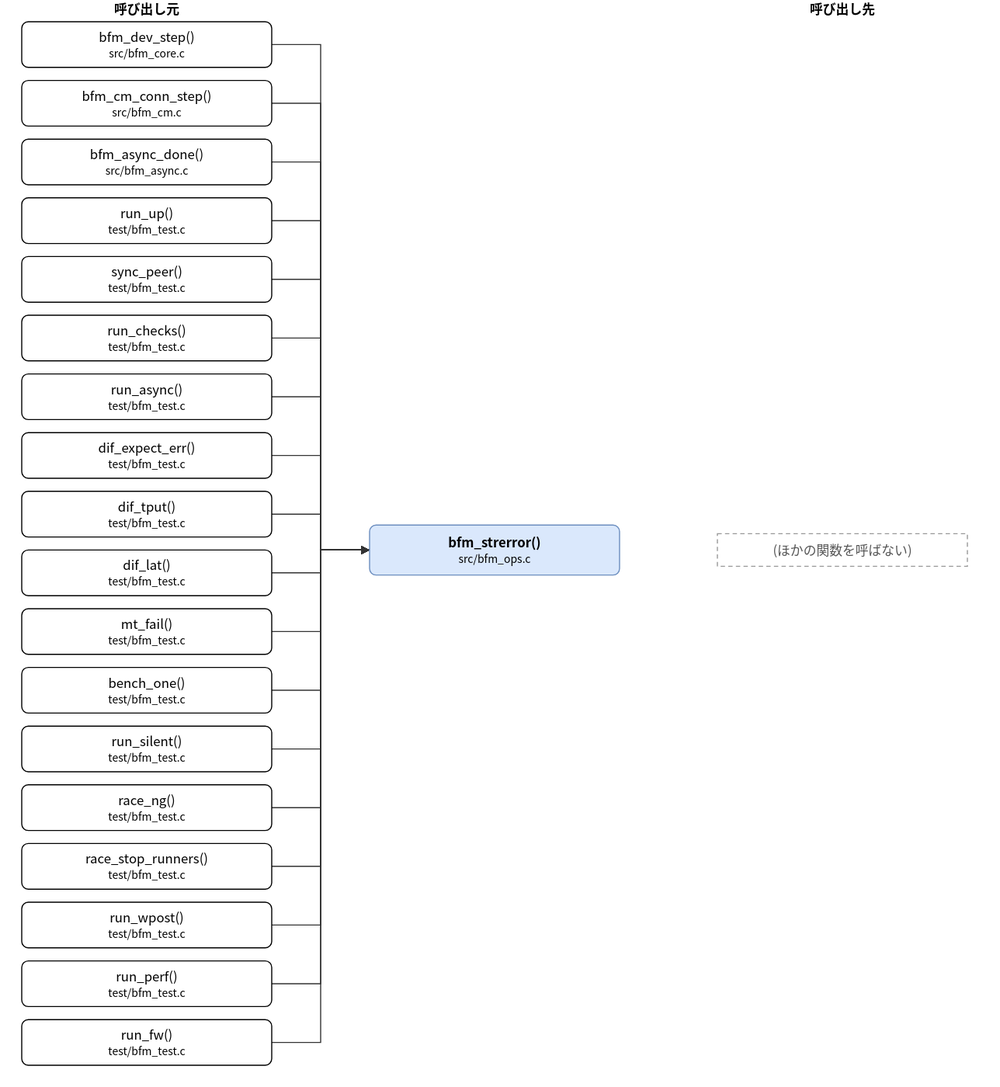
Earlier version of the draw.io export doc/spec/images/call_src_bfm_ops-bfm_strerror.drawio.svg (hf355051012-ai/bfmem). Source tidied: cells renumbered, new cells last; positions are measured from the earlier drawing's top-left corner, leaving out a move shared by most shapes.
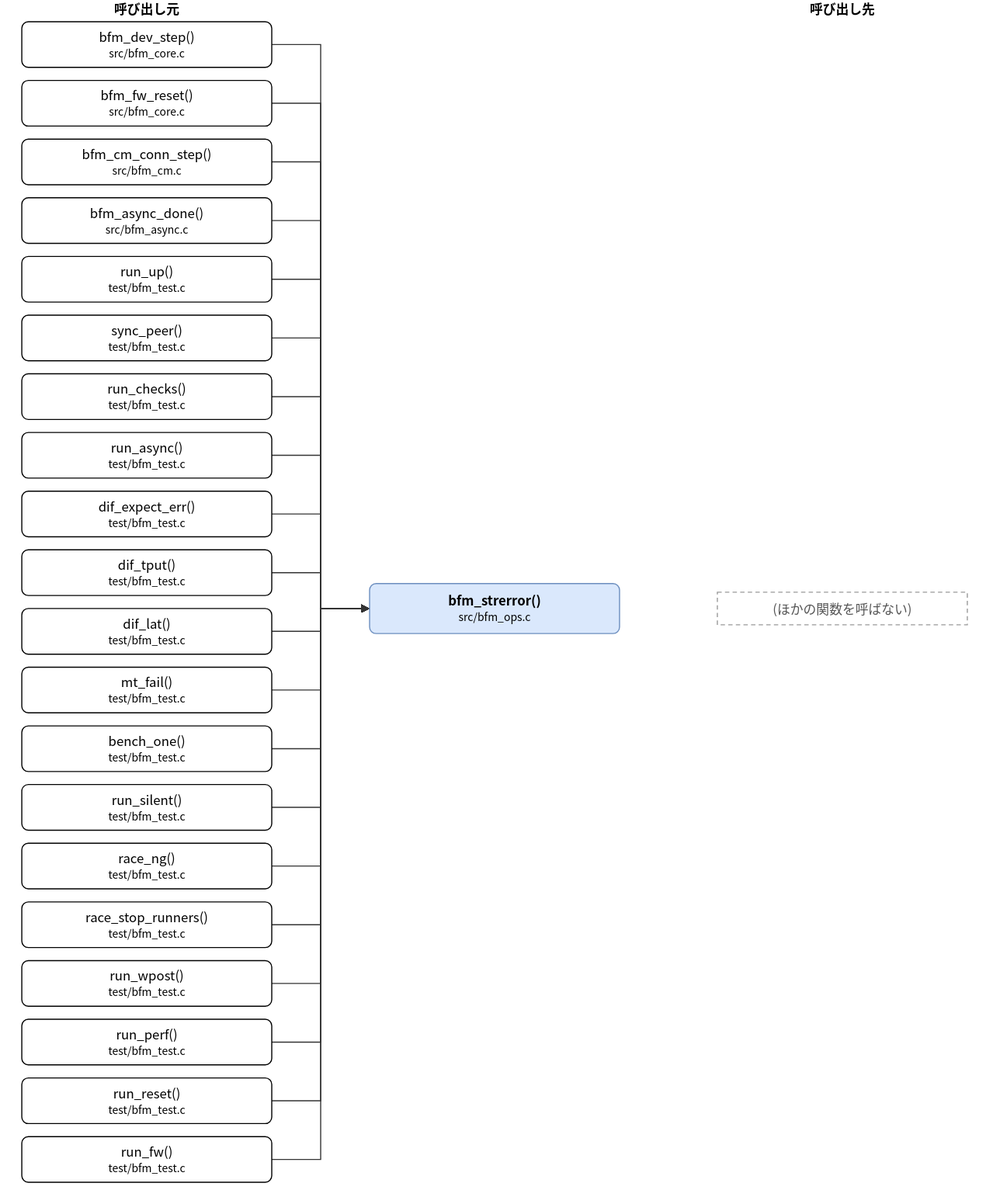
The same diagram one commit later.

The edit, as a diff of the source:
```diff
@@ -3,70 +3,76 @@
     <mxCell id="0" />
     <mxCell id="1" parent="0" />
     <mxCell id="2" value="bfm_strerror()&lt;br&gt;&lt;font style=&quot;font-size:10px&quot;&gt;src/bfm_ops.c&lt;/font&gt;" style="rounded=1;whiteSpace=wrap;html=1;fillColor=#dae8fc;strokeColor=#6c8ebf;fontStyle=1;" parent="1" vertex="1">
-      <mxGeometry x="320" y="483" width="230" height="46" as="geometry" />
+      <mxGeometry x="320" y="537" width="230" height="46" as="geometry" />
     </mxCell>
     <mxCell id="3" value="bfm_dev_step()&lt;br&gt;&lt;font style=&quot;font-size:10px&quot;&gt;src/bfm_core.c&lt;/font&gt;" style="rounded=1;whiteSpace=wrap;html=1;" parent="1" vertex="1">
       <mxGeometry y="20" width="230" height="42" as="geometry" />
     </mxCell>
-    <mxCell id="4" value="bfm_cm_conn_step()&lt;br&gt;&lt;font style=&quot;font-size:10px&quot;&gt;src/bfm_cm.c&lt;/font&gt;" style="rounded=1;whiteSpace=wrap;html=1;" parent="1" vertex="1">
+    <mxCell id="4" value="bfm_fw_reset()&lt;br&gt;&lt;font style=&quot;font-size:10px&quot;&gt;src/bfm_core.c&lt;/font&gt;" style="rounded=1;whiteSpace=wrap;html=1;" parent="1" vertex="1">
       <mxGeometry y="74" width="230" height="42" as="geometry" />
     </mxCell>
-    <mxCell id="5" value="bfm_async_done()&lt;br&gt;&lt;font style=&quot;font-size:10px&quot;&gt;src/bfm_async.c&lt;/font&gt;" style="rounded=1;whiteSpace=wrap;html=1;" parent="1" vertex="1">
+    <mxCell id="5" value="bfm_cm_conn_step()&lt;br&gt;&lt;font style=&quot;font-size:10px&quot;&gt;src/bfm_cm.c&lt;/font&gt;" style="rounded=1;whiteSpace=wrap;html=1;" parent="1" vertex="1">
       <mxGeometry y="128" width="230" height="42" as="geometry" />
     </mxCell>
-    <mxCell id="6" value="run_up()&lt;br&gt;&lt;font style=&quot;font-size:10px&quot;&gt;test/bfm_test.c&lt;/font&gt;" style="rounded=1;whiteSpace=wrap;html=1;" parent="1" vertex="1">
+    <mxCell id="6" value="bfm_async_done()&lt;br&gt;&lt;font style=&quot;font-size:10px&quot;&gt;src/bfm_async.c&lt;/font&gt;" style="rounded=1;whiteSpace=wrap;html=1;" parent="1" vertex="1">
       <mxGeometry y="182" width="230" height="42" as="geometry" />
     </mxCell>
-    <mxCell id="7" value="sync_peer()&lt;br&gt;&lt;font style=&quot;font-size:10px&quot;&gt;test/bfm_test.c&lt;/font&gt;" style="rounded=1;whiteSpace=wrap;html=1;" parent="1" vertex="1">
+    <mxCell id="7" value="run_up()&lt;br&gt;&lt;font style=&quot;font-size:10px&quot;&gt;test/bfm_test.c&lt;/font&gt;" style="rounded=1;whiteSpace=wrap;html=1;" parent="1" vertex="1">
       <mxGeometry y="236" width="230" height="42" as="geometry" />
     </mxCell>
-    <mxCell id="8" value="run_checks()&lt;br&gt;&lt;font style=&quot;font-size:10px&quot;&gt;test/bfm_test.c&lt;/font&gt;" style="rounded=1;whiteSpace=wrap;html=1;" parent="1" vertex="1">
+    <mxCell id="8" value="sync_peer()&lt;br&gt;&lt;font style=&quot;font-size:10px&quot;&gt;test/bfm_test.c&lt;/font&gt;" style="rounded=1;whiteSpace=wrap;html=1;" parent="1" vertex="1">
       <mxGeometry y="290" width="230" height="42" as="geometry" />
     </mxCell>
-    <mxCell id="9" value="run_async()&lt;br&gt;&lt;font style=&quot;font-size:10px&quot;&gt;test/bfm_test.c&lt;/font&gt;" style="rounded=1;whiteSpace=wrap;html=1;" parent="1" vertex="1">
+    <mxCell id="9" value="run_checks()&lt;br&gt;&lt;font style=&quot;font-size:10px&quot;&gt;test/bfm_test.c&lt;/font&gt;" style="rounded=1;whiteSpace=wrap;html=1;" parent="1" vertex="1">
       <mxGeometry y="344" width="230" height="42" as="geometry" />
     </mxCell>
-    <mxCell id="10" value="dif_expect_err()&lt;br&gt;&lt;font style=&quot;font-size:10px&quot;&gt;test/bfm_test.c&lt;/font&gt;" style="rounded=1;whiteSpace=wrap;html=1;" parent="1" vertex="1">
+    <mxCell id="10" value="run_async()&lt;br&gt;&lt;font style=&quot;font-size:10px&quot;&gt;test/bfm_test.c&lt;/font&gt;" style="rounded=1;whiteSpace=wrap;html=1;" parent="1" vertex="1">
       <mxGeometry y="398" width="230" height="42" as="geometry" />
     </mxCell>
-    <mxCell id="11" value="dif_tput()&lt;br&gt;&lt;font style=&quot;font-size:10px&quot;&gt;test/bfm_test.c&lt;/font&gt;" style="rounded=1;whiteSpace=wrap;html=1;" parent="1" vertex="1">
+    <mxCell id="11" value="dif_expect_err()&lt;br&gt;&lt;font style=&quot;font-size:10px&quot;&gt;test/bfm_test.c&lt;/font&gt;" style="rounded=1;whiteSpace=wrap;html=1;" parent="1" vertex="1">
       <mxGeometry y="452" width="230" height="42" as="geometry" />
     </mxCell>
-    <mxCell id="12" value="dif_lat()&lt;br&gt;&lt;font style=&quot;font-size:10px&quot;&gt;test/bfm_test.c&lt;/font&gt;" style="rounded=1;whiteSpace=wrap;html=1;" parent="1" vertex="1">
+    <mxCell id="12" value="dif_tput()&lt;br&gt;&lt;font style=&quot;font-size:10px&quot;&gt;test/bfm_test.c&lt;/font&gt;" style="rounded=1;whiteSpace=wrap;html=1;" parent="1" vertex="1">
       <mxGeometry y="506" width="230" height="42" as="geometry" />
     </mxCell>
-    <mxCell id="13" value="mt_fail()&lt;br&gt;&lt;font style=&quot;font-size:10px&quot;&gt;test/bfm_test.c&lt;/font&gt;" style="rounded=1;whiteSpace=wrap;html=1;" parent="1" vertex="1">
+    <mxCell id="13" value="dif_lat()&lt;br&gt;&lt;font style=&quot;font-size:10px&quot;&gt;test/bfm_test.c&lt;/font&gt;" style="rounded=1;whiteSpace=wrap;html=1;" parent="1" vertex="1">
       <mxGeometry y="560" width="230" height="42" as="geometry" />
     </mxCell>
-    <mxCell id="14" value="bench_one()&lt;br&gt;&lt;font style=&quot;font-size:10px&quot;&gt;test/bfm_test.c&lt;/font&gt;" style="rounded=1;whiteSpace=wrap;html=1;" parent="1" vertex="1">
+    <mxCell id="14" value="mt_fail()&lt;br&gt;&lt;font style=&quot;font-size:10px&quot;&gt;test/bfm_test.c&lt;/font&gt;" style="rounded=1;whiteSpace=wrap;html=1;" parent="1" vertex="1">
       <mxGeometry y="614" width="230" height="42" as="geometry" />
     </mxCell>
-    <mxCell id="15" value="run_silent()&lt;br&gt;&lt;font style=&quot;font-size:10px&quot;&gt;test/bfm_test.c&lt;/font&gt;" style="rounded=1;whiteSpace=wrap;html=1;" parent="1" vertex="1">
+    <mxCell id="15" value="bench_one()&lt;br&gt;&lt;font style=&quot;font-size:10px&quot;&gt;test/bfm_test.c&lt;/font&gt;" style="rounded=1;whiteSpace=wrap;html=1;" parent="1" vertex="1">
       <mxGeometry y="668" width="230" height="42" as="geometry" />
     </mxCell>
-    <mxCell id="16" value="race_ng()&lt;br&gt;&lt;font style=&quot;font-size:10px&quot;&gt;test/bfm_test.c&lt;/font&gt;" style="rounded=1;whiteSpace=wrap;html=1;" parent="1" vertex="1">
+    <mxCell id="16" value="run_silent()&lt;br&gt;&lt;font style=&quot;font-size:10px&quot;&gt;test/bfm_test.c&lt;/font&gt;" style="rounded=1;whiteSpace=wrap;html=1;" parent="1" vertex="1">
       <mxGeometry y="722" width="230" height="42" as="geometry" />
     </mxCell>
-    <mxCell id="17" value="race_stop_runners()&lt;br&gt;&lt;font style=&quot;font-size:10px&quot;&gt;test/bfm_test.c&lt;/font&gt;" style="rounded=1;whiteSpace=wrap;html=1;" parent="1" vertex="1">
+    <mxCell id="17" value="race_ng()&lt;br&gt;&lt;font style=&quot;font-size:10px&quot;&gt;test/bfm_test.c&lt;/font&gt;" style="rounded=1;whiteSpace=wrap;html=1;" parent="1" vertex="1">
       <mxGeometry y="776" width="230" height="42" as="geometry" />
     </mxCell>
-    <mxCell id="18" value="run_wpost()&lt;br&gt;&lt;font style=&quot;font-size:10px&quot;&gt;test/bfm_test.c&lt;/font&gt;" style="rounded=1;whiteSpace=wrap;html=1;" parent="1" vertex="1">
+    <mxCell id="18" value="race_stop_runners()&lt;br&gt;&lt;font style=&quot;font-size:10px&quot;&gt;test/bfm_test.c&lt;/font&gt;" style="rounded=1;whiteSpace=wrap;html=1;" parent="1" vertex="1">
       <mxGeometry y="830" width="230" height="42" as="geometry" />
     </mxCell>
-    <mxCell id="19" value="run_perf()&lt;br&gt;&lt;font style=&quot;font-size:10px&quot;&gt;test/bfm_test.c&lt;/font&gt;" style="rounded=1;whiteSpace=wrap;html=1;" parent="1" vertex="1">
+    <mxCell id="19" value="run_wpost()&lt;br&gt;&lt;font style=&quot;font-size:10px&quot;&gt;test/bfm_test.c&lt;/font&gt;" style="rounded=1;whiteSpace=wrap;html=1;" parent="1" vertex="1">
       <mxGeometry y="884" width="230" height="42" as="geometry" />
     </mxCell>
-    <mxCell id="20" value="run_fw()&lt;br&gt;&lt;font style=&quot;font-size:10px&quot;&gt;test/bfm_test.c&lt;/font&gt;" style="rounded=1;whiteSpace=wrap;html=1;" parent="1" vertex="1">
+    <mxCell id="20" value="run_perf()&lt;br&gt;&lt;font style=&quot;font-size:10px&quot;&gt;test/bfm_test.c&lt;/font&gt;" style="rounded=1;whiteSpace=wrap;html=1;" parent="1" vertex="1">
       <mxGeometry y="938" width="230" height="42" as="geometry" />
     </mxCell>
+    <mxCell id="42" value="run_reset()&lt;br&gt;&lt;font style=&quot;font-size:10px&quot;&gt;test/bfm_test.c&lt;/font&gt;" style="rounded=1;whiteSpace=wrap;html=1;" parent="1" vertex="1">
+      <mxGeometry y="992" width="230" height="42" as="geometry" />
+    </mxCell>
+    <mxCell id="43" value="run_fw()&lt;br&gt;&lt;font style=&quot;font-size:10px&quot;&gt;test/bfm_test.c&lt;/font&gt;" style="rounded=1;whiteSpace=wrap;html=1;" parent="1" vertex="1">
+      <mxGeometry y="1046" width="230" height="42" as="geometry" />
+    </mxCell>
     <mxCell id="21" value="(ほかの関数を呼ばない)" style="rounded=0;whiteSpace=wrap;html=1;dashed=1;strokeColor=#999999;fontColor=#555555;dashed=1;" parent="1" vertex="1">
-      <mxGeometry x="640" y="491" width="230" height="30" as="geometry" />
+      <mxGeometry x="640" y="545" width="230" height="30" as="geometry" />
     </mxCell>
     <mxCell id="22" style="edgeStyle=none;html=1;rounded=0;endArrow=block;endFill=1;exitX=1.0000;exitY=0.5000;exitDx=0;exitDy=0;exitPerimeter=0;entryX=0.0000;entryY=0.5000;entryDx=0;entryDy=0;entryPerimeter=0;" parent="1" edge="1" source="3" target="2">
       <mxGeometry relative="1" as="geometry">
         <Array as="points">
           <mxPoint x="275" y="41" />
-          <mxPoint x="275" y="506" />
+          <mxPoint x="275" y="560" />
         </Array>
       </mxGeometry>
     </mxCell>
@@ -74,7 +80,7 @@
       <mxGeometry relative="1" as="geometry">
         <Array as="points">
           <mxPoint x="275" y="95" />
-          <mxPoint x="275" y="506" />
+          <mxPoint x="275" y="560" />
         </Array>
       </mxGeometry>
     </mxCell>
@@ -82,7 +88,7 @@
       <mxGeometry relative="1" as="geometry">
         <Array as="points">
           <mxPoint x="275" y="149" />
-          <mxPoint x="275" y="506" />
+          <mxPoint x="275" y="560" />
         </Array>
       </mxGeometry>
     </mxCell>
@@ -90,7 +96,7 @@
       <mxGeometry relative="1" as="geometry">
         <Array as="points">
           <mxPoint x="275" y="203" />
-          <mxPoint x="275" y="506" />
+          <mxPoint x="275" y="560" />
         </Array>
       </mxGeometry>
     </mxCell>
@@ -98,7 +104,7 @@
       <mxGeometry relative="1" as="geometry">
         <Array as="points">
           <mxPoint x="275" y="257" />
-          <mxPoint x="275" y="506" />
+          <mxPoint x="275" y="560" />
         </Array>
       </mxGeometry>
     </mxCell>
@@ -106,7 +112,7 @@
       <mxGeometry relative="1" as="geometry">
         <Array as="points">
           <mxPoint x="275" y="311" />
-          <mxPoint x="275" y="506" />
+          <mxPoint x="275" y="560" />
         </Array>
       </mxGeometry>
     </mxCell>
@@ -114,7 +120,7 @@
       <mxGeometry relative="1" as="geometry">
         <Array as="points">
           <mxPoint x="275" y="365" />
-          <mxPoint x="275" y="506" />
+          <mxPoint x="275" y="560" />
         </Array>
       </mxGeometry>
     </mxCell>
@@ -122,7 +128,7 @@
       <mxGeometry relative="1" as="geometry">
         <Array as="points">
           <mxPoint x="275" y="419" />
-          <mxPoint x="275" y="506" />
+          <mxPoint x="275" y="560" />
         </Array>
       </mxGeometry>
     </mxCell>
@@ -130,7 +136,7 @@
       <mxGeometry relative="1" as="geometry">
         <Array as="points">
           <mxPoint x="275" y="473" />
-          <mxPoint x="275" y="506" />
+          <mxPoint x="275" y="560" />
         </Array>
       </mxGeometry>
     </mxCell>
@@ -138,7 +144,7 @@
       <mxGeometry relative="1" as="geometry">
         <Array as="points">
           <mxPoint x="275" y="527" />
-          <mxPoint x="275" y="506" />
+          <mxPoint x="275" y="560" />
         </Array>
       </mxGeometry>
     </mxCell>
@@ -146,7 +152,7 @@
       <mxGeometry relative="1" as="geometry">
         <Array as="points">
           <mxPoint x="275" y="581" />
-          <mxPoint x="275" y="506" />
+          <mxPoint x="275" y="560" />
         </Array>
       </mxGeometry>
     </mxCell>
@@ -154,7 +160,7 @@
       <mxGeometry relative="1" as="geometry">
         <Array as="points">
           <mxPoint x="275" y="635" />
-          <mxPoint x="275" y="506" />
+          <mxPoint x="275" y="560" />
         </Array>
       </mxGeometry>
     </mxCell>
@@ -162,7 +168,7 @@
       <mxGeometry relative="1" as="geometry">
         <Array as="points">
           <mxPoint x="275" y="689" />
-          <mxPoint x="275" y="506" />
+          <mxPoint x="275" y="560" />
         </Array>
       </mxGeometry>
     </mxCell>
@@ -170,7 +176,7 @@
       <mxGeometry relative="1" as="geometry">
         <Array as="points">
           <mxPoint x="275" y="743" />
-          <mxPoint x="275" y="506" />
+          <mxPoint x="275" y="560" />
         </Array>
       </mxGeometry>
     </mxCell>
@@ -178,7 +184,7 @@
       <mxGeometry relative="1" as="geometry">
         <Array as="points">
           <mxPoint x="275" y="797" />
-          <mxPoint x="275" y="506" />
+          <mxPoint x="275" y="560" />
         </Array>
       </mxGeometry>
     </mxCell>
@@ -186,7 +192,7 @@
       <mxGeometry relative="1" as="geometry">
         <Array as="points">
           <mxPoint x="275" y="851" />
-          <mxPoint x="275" y="506" />
+          <mxPoint x="275" y="560" />
         </Array>
       </mxGeometry>
     </mxCell>
@@ -194,7 +200,7 @@
       <mxGeometry relative="1" as="geometry">
         <Array as="points">
           <mxPoint x="275" y="905" />
-          <mxPoint x="275" y="506" />
+          <mxPoint x="275" y="560" />
         </Array>
       </mxGeometry>
     </mxCell>
@@ -202,10 +208,26 @@
       <mxGeometry relative="1" as="geometry">
         <Array as="points">
           <mxPoint x="275" y="959" />
-          <mxPoint x="275" y="506" />
+          <mxPoint x="275" y="560" />
         </Array>
       </mxGeometry>
     </mxCell>
+    <mxCell id="44" style="edgeStyle=none;html=1;rounded=0;endArrow=block;endFill=1;exitX=1.0000;exitY=0.5000;exitDx=0;exitDy=0;exitPerimeter=0;entryX=0.0000;entryY=0.5000;entryDx=0;entryDy=0;entryPerimeter=0;" parent="1" edge="1" source="42" target="2">
+      <mxGeometry relative="1" as="geometry">
+        <Array as="points">
+          <mxPoint x="275" y="1013" />
+          <mxPoint x="275" y="560" />
+        </Array>
+      </mxGeometry>
+    </mxCell>
+    <mxCell id="45" style="edgeStyle=none;html=1;rounded=0;endArrow=block;endFill=1;exitX=1.0000;exitY=0.5000;exitDx=0;exitDy=0;exitPerimeter=0;entryX=0.0000;entryY=0.5000;entryDx=0;entryDy=0;entryPerimeter=0;" parent="1" edge="1" source="43" target="2">
+      <mxGeometry relative="1" as="geometry">
+        <Array as="points">
+          <mxPoint x="275" y="1067" />
+          <mxPoint x="275" y="560" />
+        </Array>
+      </mxGeometry>
+    </mxCell>
     <mxCell id="40" value="呼び出し元" style="text;html=1;align=center;fontStyle=1;" parent="1" vertex="1">
       <mxGeometry x="35" width="160" height="18" as="geometry" />
     </mxCell>
```
